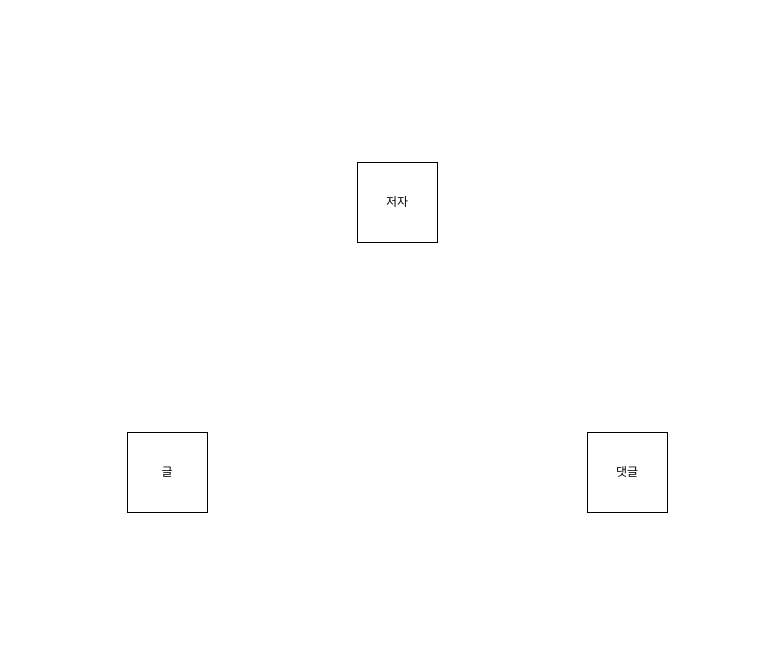
Before: Untitled Diagram.drawio in fortune-man/RDBMS, a draw.io diagram. Source tidied: cells renumbered, new cells numbered last; positions are measured from the earlier drawing's top-left corner, leaving out a move shared by most shapes. Both pictures are drawn from the tidied source at 100%, with x=0, y=0 at pixel (127, 162).
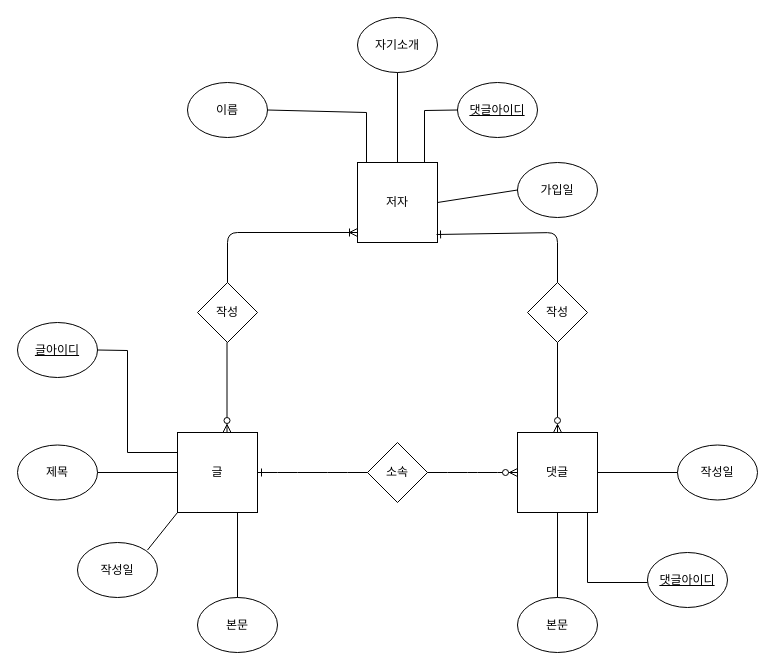
After the change.

Diff of the diagram source:
```diff
@@
-    <mxCell id="2" value="저자" style="whiteSpace=wrap;html=1;" parent="1" vertex="1">
+    <mxCell id="2" value="저자" style="whiteSpace=wrap;html=1;rounded=0;" parent="1" vertex="1">
       <mxGeometry x="230" width="80" height="80" as="geometry" />
     </mxCell>
-    <mxCell id="3" value="댓글" style="whiteSpace=wrap;html=1;" parent="1" vertex="1">
-      <mxGeometry x="460" y="270" width="80" height="80" as="geometry" />
+    <mxCell id="3" value="댓글" style="whiteSpace=wrap;html=1;rounded=0;" parent="1" vertex="1">
+      <mxGeometry x="390" y="270" width="80" height="80" as="geometry" />
     </mxCell>
-    <mxCell id="4" value="글" style="whiteSpace=wrap;html=1;" parent="1" vertex="1">
-      <mxGeometry y="270" width="80" height="80" as="geometry" />
+    <mxCell id="4" value="글" style="whiteSpace=wrap;html=1;rounded=0;" parent="1" vertex="1">
+      <mxGeometry x="50" y="270" width="80" height="80" as="geometry" />
     </mxCell>
+    <mxCell id="5" value="제목" style="ellipse;whiteSpace=wrap;html=1;rounded=0;" parent="1" vertex="1">
+      <mxGeometry x="-110" y="282.5" width="80" height="55" as="geometry" />
+    </mxCell>
+    <mxCell id="6" value="작성일" style="ellipse;whiteSpace=wrap;html=1;rounded=0;" parent="1" vertex="1">
+      <mxGeometry x="-50" y="380" width="80" height="55" as="geometry" />
+    </mxCell>
+    <mxCell id="7" value="본문" style="ellipse;whiteSpace=wrap;html=1;rounded=0;" parent="1" vertex="1">
+      <mxGeometry x="70" y="435" width="80" height="55" as="geometry" />
+    </mxCell>
+    <mxCell id="8" style="endArrow=none;html=1;rounded=0;entryX=0;entryY=0.5;entryDx=0;entryDy=0;" parent="1" edge="1" target="4">
+      <mxGeometry relative="1" as="geometry">
+        <mxPoint x="-30" y="310" as="sourcePoint" />
+      </mxGeometry>
+    </mxCell>
+    <mxCell id="9" value="이름" style="ellipse;whiteSpace=wrap;html=1;rounded=0;" parent="1" vertex="1">
+      <mxGeometry x="60" y="-80" width="80" height="55" as="geometry" />
+    </mxCell>
+    <mxCell id="10" value="자기소개" style="ellipse;whiteSpace=wrap;html=1;rounded=0;" parent="1" vertex="1">
+      <mxGeometry x="230" y="-145" width="80" height="55" as="geometry" />
+    </mxCell>
+    <mxCell id="11" value="가입일" style="ellipse;whiteSpace=wrap;html=1;rounded=0;" parent="1" vertex="1">
+      <mxGeometry x="390" width="80" height="55" as="geometry" />
+    </mxCell>
+    <mxCell id="12" style="endArrow=none;html=1;rounded=0;exitX=1;exitY=0.5;exitDx=0;exitDy=0;entryX=0.113;entryY=0;entryDx=0;entryDy=0;entryPerimeter=0;" parent="1" edge="1">
+      <mxGeometry relative="1" as="geometry">
+        <mxPoint x="140" y="-52.5" as="sourcePoint" />
+        <mxPoint x="239" as="targetPoint" />
+        <Array as="points">
+          <mxPoint x="239" y="-50" />
+        </Array>
+      </mxGeometry>
+    </mxCell>
+    <mxCell id="13" style="endArrow=none;html=1;rounded=0;entryX=0.5;entryY=1;entryDx=0;entryDy=0;" parent="1" edge="1" target="10">
+      <mxGeometry relative="1" as="geometry">
+        <mxPoint x="270" as="sourcePoint" />
+      </mxGeometry>
+    </mxCell>
+    <mxCell id="14" style="endArrow=none;html=1;rounded=0;entryX=0;entryY=0.5;entryDx=0;entryDy=0;" parent="1" edge="1" target="11">
+      <mxGeometry relative="1" as="geometry">
+        <mxPoint x="310" y="40" as="sourcePoint" />
+      </mxGeometry>
+    </mxCell>
+    <mxCell id="15" style="endArrow=none;html=1;rounded=0;entryX=0;entryY=1;entryDx=0;entryDy=0;" parent="1" edge="1" target="4">
+      <mxGeometry relative="1" as="geometry">
+        <mxPoint x="20" y="387.5" as="sourcePoint" />
+      </mxGeometry>
+    </mxCell>
+    <mxCell id="16" style="endArrow=none;html=1;rounded=0;entryX=0.75;entryY=1;entryDx=0;entryDy=0;" parent="1" edge="1" target="4">
+      <mxGeometry relative="1" as="geometry">
+        <mxPoint x="110" y="435" as="sourcePoint" />
+      </mxGeometry>
+    </mxCell>
+    <mxCell id="17" value="본문" style="ellipse;whiteSpace=wrap;html=1;rounded=0;" parent="1" vertex="1">
+      <mxGeometry x="390" y="435" width="80" height="55" as="geometry" />
+    </mxCell>
+    <mxCell id="18" value="작성일" style="ellipse;whiteSpace=wrap;html=1;rounded=0;" parent="1" vertex="1">
+      <mxGeometry x="550" y="282.5" width="80" height="55" as="geometry" />
+    </mxCell>
+    <mxCell id="19" style="endArrow=none;html=1;rounded=0;entryX=0;entryY=0.5;entryDx=0;entryDy=0;" parent="1" edge="1" target="18">
+      <mxGeometry relative="1" as="geometry">
+        <mxPoint x="470" y="310" as="sourcePoint" />
+      </mxGeometry>
+    </mxCell>
+    <mxCell id="20" style="endArrow=none;html=1;rounded=0;entryX=0.5;entryY=0;entryDx=0;entryDy=0;" parent="1" edge="1" target="17">
+      <mxGeometry relative="1" as="geometry">
+        <mxPoint x="430" y="350" as="sourcePoint" />
+      </mxGeometry>
+    </mxCell>
+    <mxCell id="21" value="&lt;u&gt;글아이디&lt;/u&gt;" style="ellipse;whiteSpace=wrap;html=1;rounded=0;" parent="1" vertex="1">
+      <mxGeometry x="-110" y="160" width="80" height="55" as="geometry" />
+    </mxCell>
+    <mxCell id="22" style="endArrow=none;html=1;rounded=0;entryX=0;entryY=0.25;entryDx=0;entryDy=0;exitX=1;exitY=0.5;exitDx=0;exitDy=0;" parent="1" edge="1" source="21" target="4">
+      <mxGeometry relative="1" as="geometry">
+        <Array as="points">
+          <mxPoint y="188" />
+          <mxPoint y="290" />
+        </Array>
+      </mxGeometry>
+    </mxCell>
+    <mxCell id="23" value="&lt;u&gt;댓글아이디&lt;/u&gt;" style="ellipse;whiteSpace=wrap;html=1;rounded=0;" parent="1" vertex="1">
+      <mxGeometry x="520" y="390" width="80" height="55" as="geometry" />
+    </mxCell>
+    <mxCell id="24" style="endArrow=none;html=1;rounded=0;exitX=0.875;exitY=1;exitDx=0;exitDy=0;exitPerimeter=0;" parent="1" edge="1" source="3">
+      <mxGeometry relative="1" as="geometry">
+        <mxPoint x="520" y="420" as="targetPoint" />
+        <Array as="points">
+          <mxPoint x="460" y="420" />
+        </Array>
+      </mxGeometry>
+    </mxCell>
+    <mxCell id="25" value="&lt;u&gt;댓글아이디&lt;/u&gt;" style="ellipse;whiteSpace=wrap;html=1;rounded=0;" parent="1" vertex="1">
+      <mxGeometry x="330" y="-80" width="80" height="55" as="geometry" />
+    </mxCell>
+    <mxCell id="26" style="endArrow=none;html=1;rounded=0;entryX=0;entryY=0.5;entryDx=0;entryDy=0;" parent="1" edge="1" target="25">
+      <mxGeometry relative="1" as="geometry">
+        <mxPoint x="297" as="sourcePoint" />
+        <Array as="points">
+          <mxPoint x="297" y="-52" />
+        </Array>
+      </mxGeometry>
+    </mxCell>
+    <mxCell id="27" value="작성" style="rhombus;whiteSpace=wrap;html=1;rounded=0;" parent="1" vertex="1">
+      <mxGeometry x="70" y="120" width="60" height="60" as="geometry" />
+    </mxCell>
+    <mxCell id="28" value="소속" style="rhombus;whiteSpace=wrap;html=1;rounded=0;" parent="1" vertex="1">
+      <mxGeometry x="240" y="280" width="60" height="60" as="geometry" />
+    </mxCell>
+    <mxCell id="29" value="작성" style="rhombus;whiteSpace=wrap;html=1;rounded=0;" parent="1" vertex="1">
+      <mxGeometry x="400" y="120" width="60" height="60" as="geometry" />
+    </mxCell>
+    <mxCell id="30" style="edgeStyle=entityRelationEdgeStyle;fontSize=12;html=1;endArrow=ERzeroToMany;endFill=1;elbow=vertical;" parent="1" edge="1" target="3">
+      <mxGeometry relative="1" as="geometry">
+        <mxPoint x="300" y="310" as="sourcePoint" />
+      </mxGeometry>
+    </mxCell>
+    <mxCell id="31" style="edgeStyle=entityRelationEdgeStyle;fontSize=12;html=1;endArrow=none;elbow=vertical;exitX=1;exitY=0.5;exitDx=0;exitDy=0;startArrow=ERone;startFill=0;endFill=0;" parent="1" edge="1" source="4" target="28">
+      <mxGeometry relative="1" as="geometry" />
+    </mxCell>
+    <mxCell id="32" style="endArrow=none;html=1;elbow=vertical;entryX=0.5;entryY=1;entryDx=0;entryDy=0;exitX=0.5;exitY=0;exitDx=0;exitDy=0;startArrow=ERzeroToMany;startFill=0;" parent="1" edge="1" source="3" target="29">
+      <mxGeometry relative="1" as="geometry" />
+    </mxCell>
+    <mxCell id="33" style="endArrow=none;html=1;elbow=vertical;entryX=0.5;entryY=1;entryDx=0;entryDy=0;exitX=0.5;exitY=0;exitDx=0;exitDy=0;startArrow=ERzeroToMany;startFill=0;" parent="1" edge="1">
+      <mxGeometry relative="1" as="geometry">
+        <mxPoint x="99.5" y="270" as="sourcePoint" />
+        <mxPoint x="99.5" y="180" as="targetPoint" />
+      </mxGeometry>
+    </mxCell>
+    <mxCell id="34" style="endArrow=none;html=1;elbow=vertical;startArrow=ERoneToMany;startFill=0;entryX=0.5;entryY=0;entryDx=0;entryDy=0;" parent="1" edge="1" target="27">
+      <mxGeometry relative="1" as="geometry">
+        <mxPoint x="230" y="70" as="sourcePoint" />
+        <Array as="points">
+          <mxPoint x="100" y="70" />
+        </Array>
+      </mxGeometry>
+    </mxCell>
+    <mxCell id="35" style="endArrow=none;html=1;elbow=vertical;exitX=0.988;exitY=0.9;exitDx=0;exitDy=0;startArrow=ERone;startFill=0;entryX=0.5;entryY=0;entryDx=0;entryDy=0;exitPerimeter=0;" parent="1" edge="1" source="2" target="29">
+      <mxGeometry relative="1" as="geometry">
+        <Array as="points">
+          <mxPoint x="430" y="70" />
+        </Array>
+      </mxGeometry>
+    </mxCell>
```
